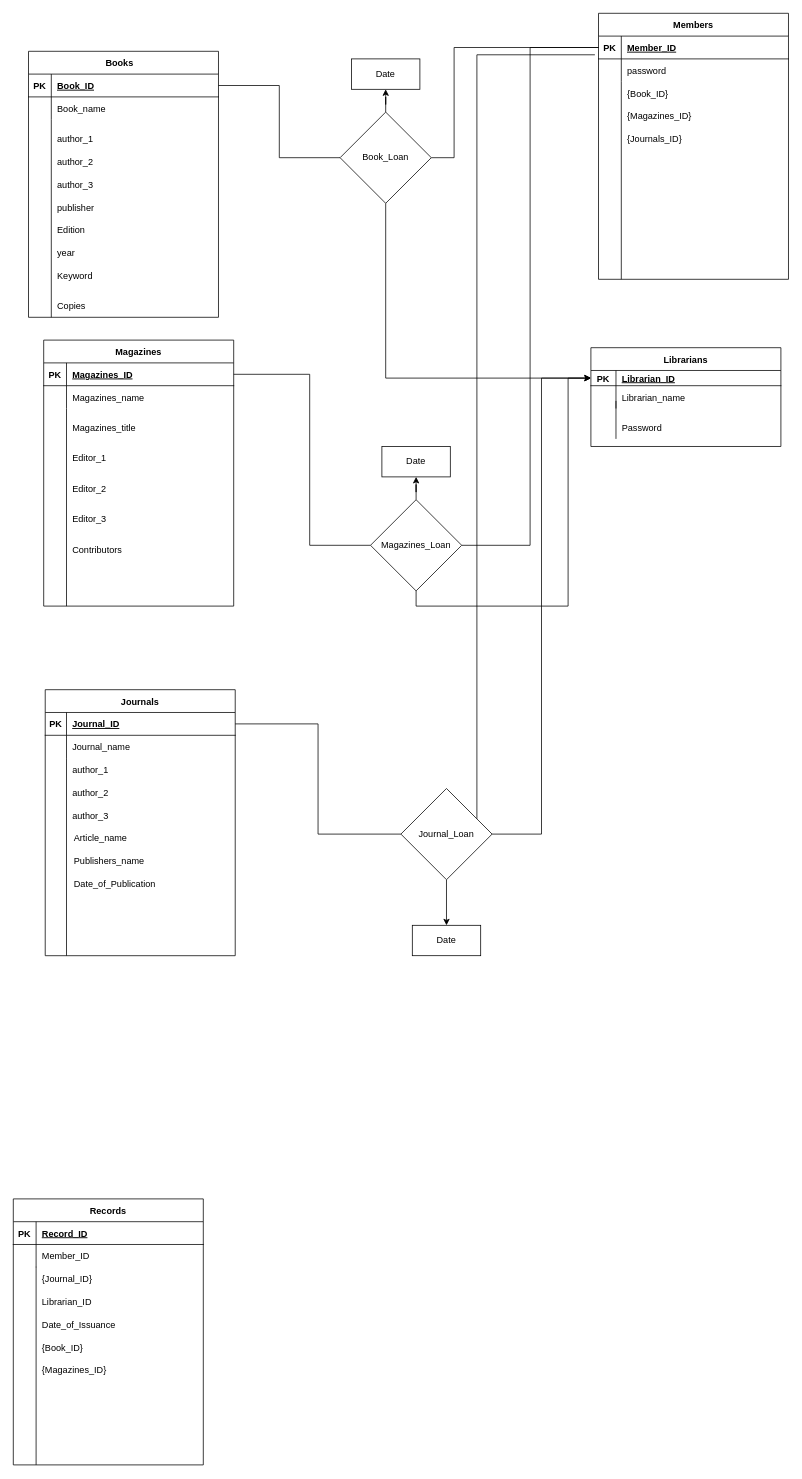
Earlier version of the draw.io diagram page "Page-1" (1 of 2) of Untitled Diagram.drawio (tanand4/Library-management-system). Source tidied: cells renumbered, new cells numbered last; positions are measured from the earlier drawing's top-left corner, leaving out a move shared by most shapes. Both pictures are drawn from the tidied source at 76%, with x=0, y=0 at pixel (13, 13).
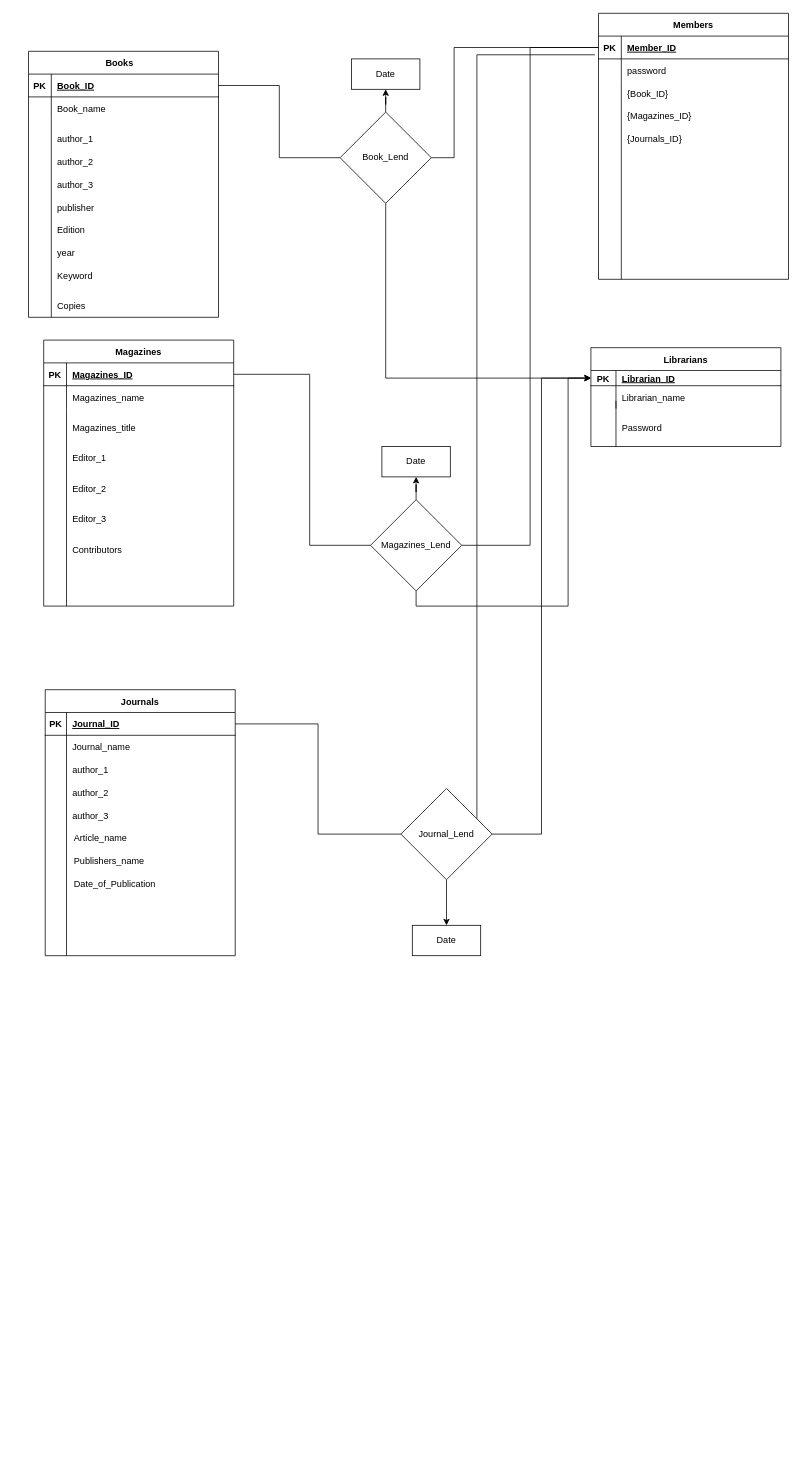
The same diagram, later.

Change to the diagram source:
```diff
@@
-    <mxCell id="83" value="Records" style="shape=table;startSize=30;childLayout=tableLayout;rowLines=0;fontStyle=1;align=center;" parent="1" vertex="1">
-      <mxGeometry y="1560" width="250" height="350" as="geometry" />
-    </mxCell>
-    <mxCell id="84" style="shape=partialRectangle;fillColor=none;top=0;left=0;right=0;bottom=1;" parent="83" vertex="1">
-      <mxGeometry y="30" width="250" height="30" as="geometry" />
-    </mxCell>
-    <mxCell id="85" value="PK" style="shape=partialRectangle;overflow=hidden;fillColor=none;top=0;left=0;bottom=0;right=0;fontStyle=1;" parent="84" vertex="1">
-      <mxGeometry width="30" height="30" as="geometry" />
-    </mxCell>
-    <mxCell id="86" value="Record_ID" style="shape=partialRectangle;overflow=hidden;fillColor=none;top=0;left=0;bottom=0;right=0;align=left;spacingLeft=6;fontStyle=5;" parent="84" vertex="1">
-      <mxGeometry x="30" width="220" height="30" as="geometry" />
-    </mxCell>
-    <mxCell id="87" style="shape=partialRectangle;fillColor=none;top=0;left=0;right=0;bottom=0;" parent="83" vertex="1">
-      <mxGeometry y="60" width="250" height="30" as="geometry" />
-    </mxCell>
-    <mxCell id="88" style="shape=partialRectangle;overflow=hidden;fillColor=none;top=0;left=0;bottom=0;right=0;" parent="87" vertex="1">
-      <mxGeometry width="30" height="30" as="geometry" />
-    </mxCell>
-    <mxCell id="89" value="Member_ID" style="shape=partialRectangle;overflow=hidden;fillColor=none;top=0;left=0;bottom=0;right=0;align=left;spacingLeft=6;" parent="87" vertex="1">
-      <mxGeometry x="30" width="220" height="30" as="geometry" />
-    </mxCell>
-    <mxCell id="90" style="endArrow=none;html=1;rounded=0;" parent="1" edge="1">
-      <mxGeometry relative="1" as="geometry">
-        <mxPoint x="30" y="1910" as="sourcePoint" />
-        <mxPoint x="30" y="1649.3" as="targetPoint" />
-      </mxGeometry>
-    </mxCell>
-    <mxCell id="91" value="Librarian_ID" style="shape=partialRectangle;overflow=hidden;fillColor=none;top=0;left=0;bottom=0;right=0;align=left;spacingLeft=6;" parent="1" vertex="1">
-      <mxGeometry x="30" y="1680" width="220" height="30" as="geometry" />
-    </mxCell>
-    <mxCell id="92" value="Date_of_Issuance" style="shape=partialRectangle;overflow=hidden;fillColor=none;top=0;left=0;bottom=0;right=0;align=left;spacingLeft=6;" parent="1" vertex="1">
-      <mxGeometry x="30" y="1710" width="220" height="30" as="geometry" />
-    </mxCell>
-    <mxCell id="93" value="{Book_ID}" style="shape=partialRectangle;overflow=hidden;fillColor=none;top=0;left=0;bottom=0;right=0;align=left;spacingLeft=6;" parent="1" vertex="1">
-      <mxGeometry x="30" y="1740" width="220" height="30" as="geometry" />
-    </mxCell>
-    <mxCell id="94" value="{Journal_ID}" style="shape=partialRectangle;overflow=hidden;fillColor=none;top=0;left=0;bottom=0;right=0;align=left;spacingLeft=6;" parent="1" vertex="1">
-      <mxGeometry x="30" y="1650" width="220" height="30" as="geometry" />
-    </mxCell>
-    <mxCell id="95" value="{Magazines_ID}" style="shape=partialRectangle;overflow=hidden;fillColor=none;top=0;left=0;bottom=0;right=0;align=left;spacingLeft=6;" parent="1" vertex="1">
-      <mxGeometry x="30" y="1770" width="220" height="30" as="geometry" />
-    </mxCell>
@@
     <mxCell id="104" style="endArrow=none;html=1;rounded=0;" parent="1" edge="1">
       <mxGeometry relative="1" as="geometry">
-        <mxPoint x="793" y="560" as="sourcePoint" />
+        <mxPoint x="793" y="570" as="sourcePoint" />
         <mxPoint x="793" y="510" as="targetPoint" />
       </mxGeometry>
     </mxCell>
@@
-    <mxCell id="109" value="Book_Loan" style="rhombus;whiteSpace=wrap;html=1;" parent="1" vertex="1">
+    <mxCell id="109" value="Book_Lend" style="rhombus;whiteSpace=wrap;html=1;" parent="1" vertex="1">
       <mxGeometry x="430" y="130" width="120" height="120" as="geometry" />
     </mxCell>
@@
-    <mxCell id="115" value="Magazines_Loan" style="rhombus;whiteSpace=wrap;html=1;" parent="1" vertex="1">
+    <mxCell id="115" value="Magazines_Lend" style="rhombus;whiteSpace=wrap;html=1;" parent="1" vertex="1">
       <mxGeometry x="470" y="640" width="120" height="120" as="geometry" />
     </mxCell>
@@
-    <mxCell id="121" value="Journal_Loan" style="rhombus;whiteSpace=wrap;html=1;" parent="1" vertex="1">
+    <mxCell id="121" value="Journal_Lend" style="rhombus;whiteSpace=wrap;html=1;" parent="1" vertex="1">
       <mxGeometry x="510" y="1020" width="120" height="120" as="geometry" />
     </mxCell>
```
